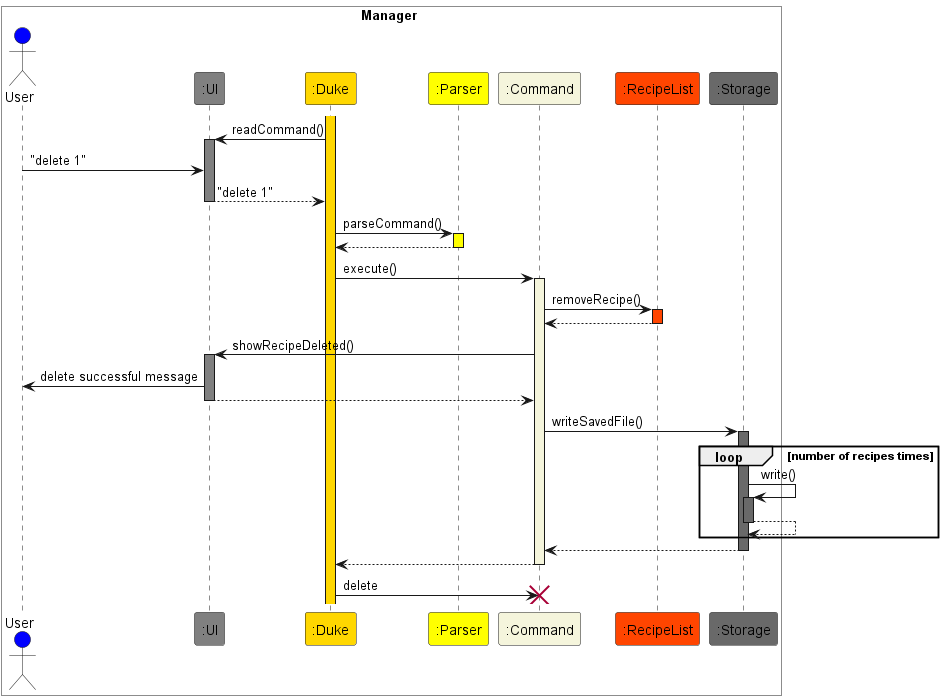
Before: docs/PlantUML/ArchitectureInteract.png, a diagram exported from PlantUML (nus-cs2113-AY2223S2/tp).
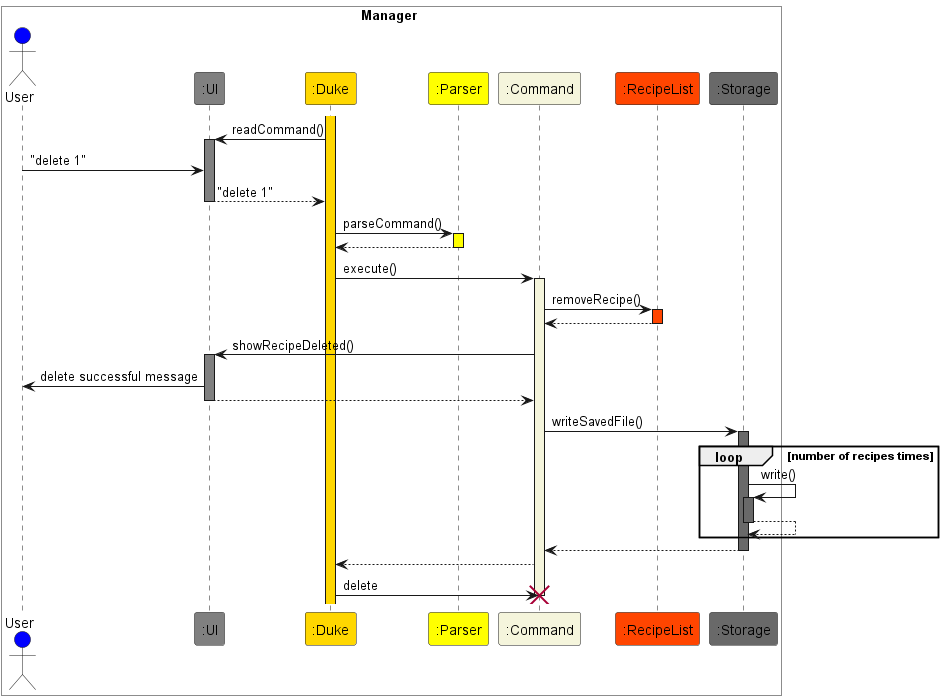
Later version of the same file.

The edit, as a diff of the source:
```diff
@@ -41,8 +41,8 @@
 Storage --> Command
 deactivate Storage
 Command --> Duke
+Duke -> Command : delete
 deactivate Command
-Duke -> Command : delete
 destroy Command
 
 @enduml
```
